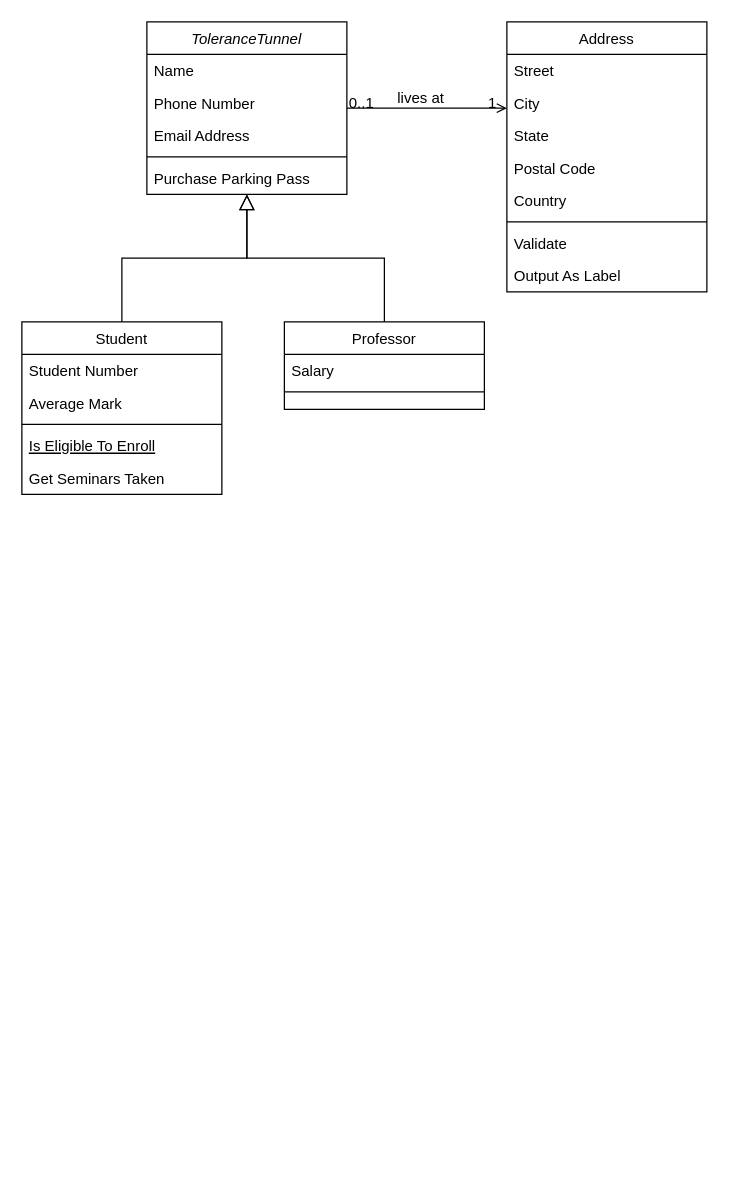
Above: Untitled Diagram.drawio in baoqger/drawing.io (draw.io), before the change. Source tidied: cells renumbered, new cells numbered last; positions are measured from the earlier drawing's top-left corner, leaving out a move shared by most shapes. Both pictures are drawn from the tidied source at 125%, with x=0, y=0 at pixel (21, 21).
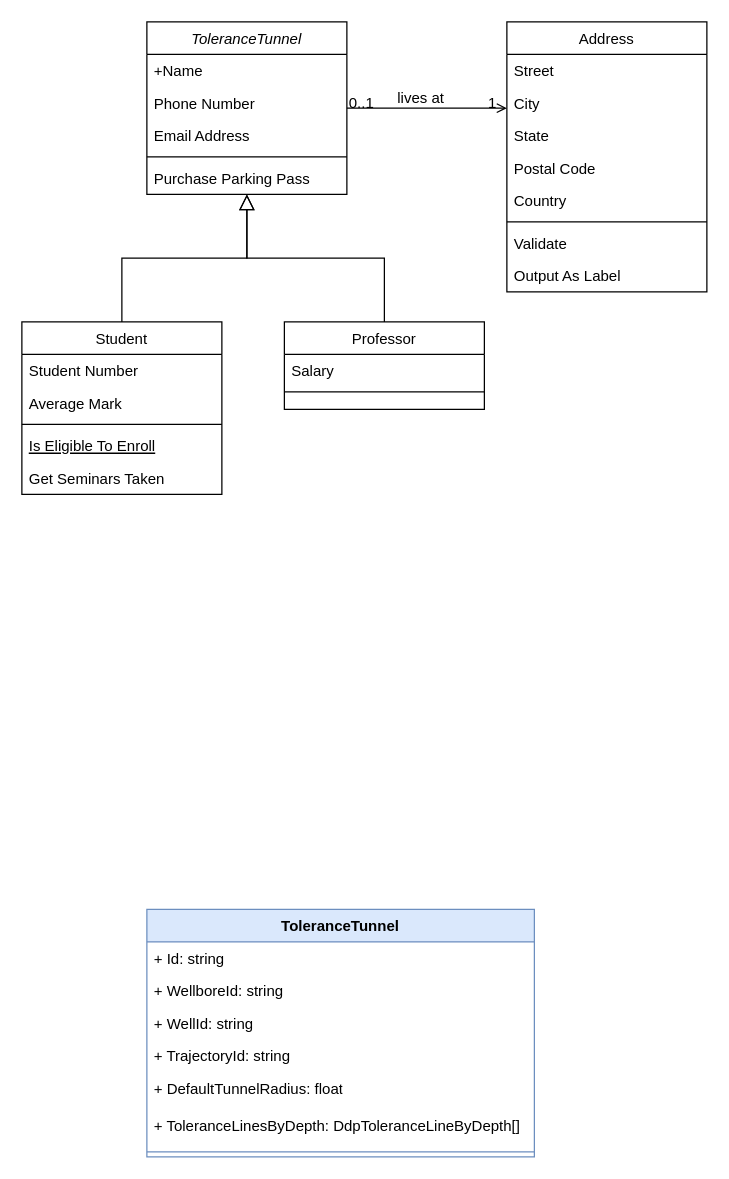
The same diagram, later.

Unchanged cells that the change refers to:
```xml
<mxCell id="2" value="ToleranceTunnel" style="swimlane;fontStyle=2;align=center;verticalAlign=top;horizontal=1;startSize=26;rounded=0;shadow=0;strokeWidth=1;" parent="1" vertex="1">
  <mxGeometry x="100" width="160" height="138" as="geometry" />
</mxCell>
```

What changed in the source:
```diff
@@
-    <mxCell id="3" value="Name" style="text;align=left;verticalAlign=top;spacingLeft=4;spacingRight=4;overflow=hidden;" parent="2" vertex="1">
+    <mxCell id="3" value="+Name" style="text;align=left;verticalAlign=top;spacingLeft=4;spacingRight=4;overflow=hidden;" parent="2" vertex="1">
       <mxGeometry y="26" width="160" height="26" as="geometry" />
     </mxCell>
@@
+    <mxCell id="32" value="ToleranceTunnel" style="swimlane;fontStyle=1;align=center;verticalAlign=top;horizontal=1;startSize=26;whiteSpace=wrap;html=1;fillColor=#dae8fc;strokeColor=#6c8ebf;" parent="1" vertex="1">
+      <mxGeometry x="100" y="710" width="310" height="198" as="geometry" />
+    </mxCell>
+    <mxCell id="33" value="+ Id: string" style="text;strokeColor=none;fillColor=none;align=left;verticalAlign=top;spacingLeft=4;spacingRight=4;overflow=hidden;whiteSpace=wrap;html=1;" parent="32" vertex="1">
+      <mxGeometry y="26" width="310" height="26" as="geometry" />
+    </mxCell>
+    <mxCell id="34" value="+ WellboreId: string" style="text;strokeColor=none;fillColor=none;align=left;verticalAlign=top;spacingLeft=4;spacingRight=4;overflow=hidden;whiteSpace=wrap;html=1;" parent="32" vertex="1">
+      <mxGeometry y="52" width="310" height="26" as="geometry" />
+    </mxCell>
+    <mxCell id="35" value="+ WellId: string" style="text;strokeColor=none;fillColor=none;align=left;verticalAlign=top;spacingLeft=4;spacingRight=4;overflow=hidden;whiteSpace=wrap;html=1;" parent="32" vertex="1">
+      <mxGeometry y="78" width="310" height="26" as="geometry" />
+    </mxCell>
+    <mxCell id="36" value="+ TrajectoryId: string" style="text;strokeColor=none;fillColor=none;align=left;verticalAlign=top;spacingLeft=4;spacingRight=4;overflow=hidden;whiteSpace=wrap;html=1;" parent="32" vertex="1">
+      <mxGeometry y="104" width="310" height="26" as="geometry" />
+    </mxCell>
+    <mxCell id="37" value="+ DefaultTunnelRadius: float" style="text;strokeColor=none;fillColor=none;align=left;verticalAlign=top;spacingLeft=4;spacingRight=4;overflow=hidden;whiteSpace=wrap;html=1;" parent="32" vertex="1">
+      <mxGeometry y="130" width="310" height="30" as="geometry" />
+    </mxCell>
+    <mxCell id="38" value="+ ToleranceLinesByDepth: DdpToleranceLineByDepth[]" style="text;strokeColor=none;fillColor=none;align=left;verticalAlign=top;spacingLeft=4;spacingRight=4;overflow=hidden;whiteSpace=wrap;html=1;" parent="32" vertex="1">
+      <mxGeometry y="160" width="310" height="30" as="geometry" />
+    </mxCell>
+    <mxCell id="39" style="line;strokeWidth=1;fillColor=none;align=left;verticalAlign=middle;spacingTop=-1;spacingLeft=3;spacingRight=3;labelPosition=right;strokeColor=inherit;" parent="32" vertex="1">
+      <mxGeometry y="190" width="310" height="8" as="geometry" />
+    </mxCell>
```
